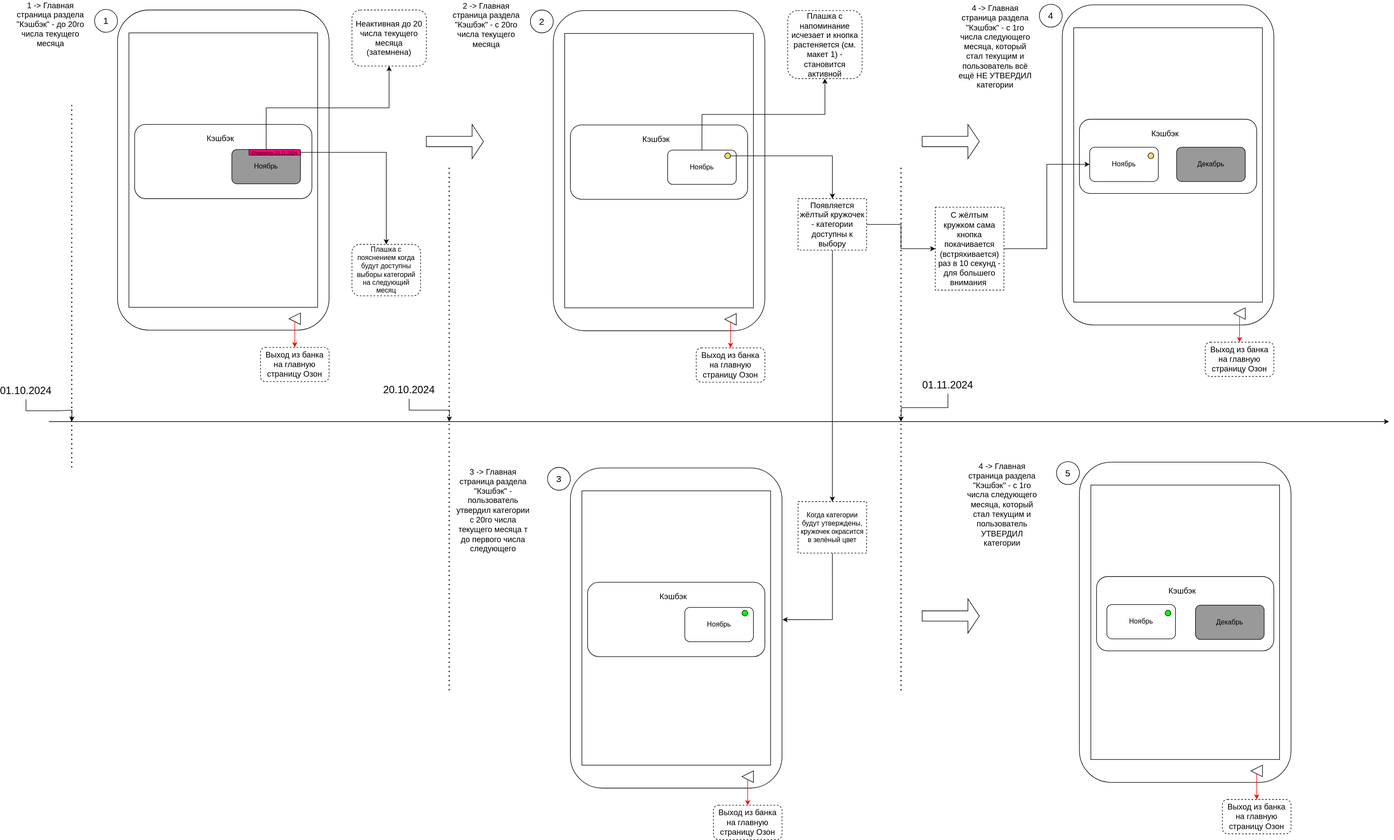
Above: Stanley_Kudrow/ex02/Ozon_next_month_cashback_feature_mobile_app.drawio.svg in abdullahproff/BSA21_1 (draw.io), before the change. Source tidied: cells renumbered, new cells last; positions are measured from the earlier drawing's top-left corner, leaving out a move shared by most shapes.
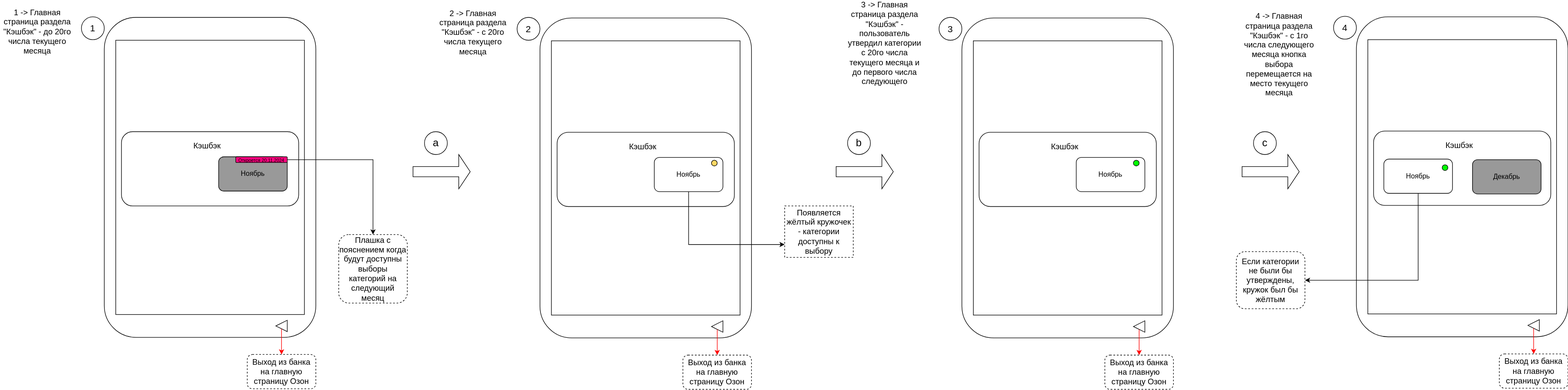
Above is the later version.

Change to the diagram source:
```diff
@@ -26,9 +26,6 @@
     <mxCell id="9" value="&lt;font style=&quot;font-size: 8px;&quot;&gt;Откроется 20.11.2024&lt;/font&gt;" style="rounded=1;whiteSpace=wrap;html=1;fillColor=#FF0080;" parent="2" vertex="1">
       <mxGeometry x="230" y="244" width="90" height="10" as="geometry" />
     </mxCell>
-    <mxCell id="10" value="&lt;font style=&quot;font-size: 14px;&quot;&gt;Неактивная до 20 числа текущего месяца (затемнена)&lt;/font&gt;" style="whiteSpace=wrap;html=1;rounded=1;dashed=1;" parent="1" vertex="1">
-      <mxGeometry x="600" y="10" width="130" height="98" as="geometry" />
-    </mxCell>
     <mxCell id="11" value="&lt;font size=&quot;3&quot;&gt;1&lt;/font&gt;" style="ellipse;whiteSpace=wrap;html=1;" parent="1" vertex="1">
       <mxGeometry x="150" y="9" width="40" height="40" as="geometry" />
     </mxCell>
@@ -41,9 +38,6 @@
     <mxCell id="14" value="&lt;font style=&quot;font-size: 14px;&quot;&gt;1 -&amp;gt; Главная страница раздела &quot;Кэшбэк&quot; - до 20го числа текущего месяца&lt;/font&gt;" style="text;html=1;align=center;verticalAlign=middle;whiteSpace=wrap;rounded=0;" parent="1" vertex="1">
       <mxGeometry x="8" y="10" width="130" height="50" as="geometry" />
     </mxCell>
-    <mxCell id="15" style="edgeStyle=orthogonalEdgeStyle;rounded=0;jettySize=auto;html=1;exitX=0.5;exitY=0;exitDx=0;exitDy=0;entryX=0.5;entryY=1;entryDx=0;entryDy=0;" parent="1" edge="1" source="6" target="10">
-      <mxGeometry relative="1" as="geometry" />
-    </mxCell>
     <mxCell id="16" style="group;" parent="1" vertex="1">
       <mxGeometry x="952" y="11" width="370" height="560" as="geometry" />
     </mxCell>
@@ -68,9 +62,6 @@
     <mxCell id="23" style="ellipse;whiteSpace=wrap;html=1;fillColor=#FFD966;" parent="16" vertex="1">
       <mxGeometry x="300" y="249" width="10" height="10" as="geometry" />
     </mxCell>
-    <mxCell id="24" value="&lt;font style=&quot;font-size: 14px;&quot;&gt;Плашка с напоминание исчезает и кнопка растеняется (см. макет 1) - становится активной&lt;/font&gt;" style="whiteSpace=wrap;html=1;rounded=1;dashed=1;" parent="1" vertex="1">
-      <mxGeometry x="1362" y="11" width="130" height="119" as="geometry" />
-    </mxCell>
     <mxCell id="25" value="&lt;font size=&quot;3&quot;&gt;2&lt;/font&gt;" style="ellipse;whiteSpace=wrap;html=1;" parent="1" vertex="1">
       <mxGeometry x="912" y="10" width="40" height="40" as="geometry" />
     </mxCell>
@@ -83,38 +74,20 @@
     <mxCell id="28" value="&lt;font style=&quot;font-size: 14px;&quot;&gt;2 -&amp;gt; Главная страница раздела &quot;Кэшбэк&quot; - с 20го числа текущего месяца&lt;/font&gt;" style="text;html=1;align=center;verticalAlign=middle;whiteSpace=wrap;rounded=0;" parent="1" vertex="1">
       <mxGeometry x="770" y="11" width="130" height="50" as="geometry" />
     </mxCell>
-    <mxCell id="29" style="edgeStyle=orthogonalEdgeStyle;rounded=0;jettySize=auto;html=1;exitX=0.5;exitY=0;exitDx=0;exitDy=0;entryX=0.5;entryY=1;entryDx=0;entryDy=0;" parent="1" edge="1" source="20" target="24">
-      <mxGeometry relative="1" as="geometry" />
-    </mxCell>
-    <mxCell id="30" value="Плашка с пояснением когда будут доступны выборы категорий на следующий месяц" style="whiteSpace=wrap;html=1;fillColor=#FFFFFF;rounded=1;dashed=1;" parent="1" vertex="1">
-      <mxGeometry x="600" y="420" width="120" height="90" as="geometry" />
+    <mxCell id="30" value="&lt;font style=&quot;font-size: 14px;&quot;&gt;Плашка с пояснением когда будут доступны выборы категорий на следующий месяц&lt;/font&gt;" style="whiteSpace=wrap;html=1;fillColor=#FFFFFF;rounded=1;dashed=1;" parent="1" vertex="1">
+      <mxGeometry x="600" y="390" width="120" height="120" as="geometry" />
     </mxCell>
     <mxCell id="31" style="edgeStyle=orthogonalEdgeStyle;rounded=0;jettySize=auto;html=1;" parent="1" edge="1" source="9" target="30">
       <mxGeometry relative="1" as="geometry" />
     </mxCell>
     <mxCell id="32" style="shape=singleArrow;whiteSpace=wrap;html=1;" parent="1" vertex="1">
-      <mxGeometry x="730" y="210" width="100" height="60" as="geometry" />
+      <mxGeometry x="730" y="250" width="100" height="60" as="geometry" />
     </mxCell>
-    <mxCell id="33" style="edgeStyle=orthogonalEdgeStyle;rounded=0;jettySize=auto;html=1;" parent="1" edge="1" source="35" target="38">
-      <mxGeometry relative="1" as="geometry" />
-    </mxCell>
-    <mxCell id="34" style="edgeStyle=orthogonalEdgeStyle;rounded=0;jettySize=auto;html=1;" parent="1" edge="1" source="35" target="90">
-      <mxGeometry relative="1" as="geometry" />
-    </mxCell>
     <mxCell id="35" value="&lt;font style=&quot;font-size: 14px;&quot;&gt;Появляется жёлтый кружочек - категории доступ&lt;span style=&quot;background-color: initial;&quot;&gt;ны к выбору&lt;/span&gt;&lt;/font&gt;" style="whiteSpace=wrap;html=1;fillColor=#FFFFFF;dashed=1;" parent="1" vertex="1">
       <mxGeometry x="1380" y="340" width="120" height="90" as="geometry" />
     </mxCell>
-    <mxCell id="36" style="edgeStyle=orthogonalEdgeStyle;rounded=0;jettySize=auto;html=1;" parent="1" edge="1" source="23" target="35">
-      <mxGeometry relative="1" as="geometry" />
-    </mxCell>
-    <mxCell id="37" style="shape=singleArrow;whiteSpace=wrap;html=1;" parent="1" vertex="1">
-      <mxGeometry x="1597" y="210" width="100" height="60" as="geometry" />
-    </mxCell>
-    <mxCell id="38" value="Когда категории будут утверждены, кружочек окрасится в зелёный цвет" style="whiteSpace=wrap;html=1;fillColor=#FFFFFF;dashed=1;" parent="1" vertex="1">
-      <mxGeometry x="1380" y="870" width="120" height="90" as="geometry" />
-    </mxCell>
     <mxCell id="39" style="group;" parent="1" vertex="1">
-      <mxGeometry x="982" y="811" width="370" height="560" as="geometry" />
+      <mxGeometry x="1690" y="11" width="370" height="560" as="geometry" />
     </mxCell>
     <mxCell id="40" style="rounded=1;whiteSpace=wrap;html=1;" parent="39" vertex="1">
       <mxGeometry width="370" height="560" as="geometry" />
@@ -138,64 +111,19 @@
       <mxGeometry x="300" y="249" width="10" height="10" as="geometry" />
     </mxCell>
     <mxCell id="47" value="&lt;font size=&quot;3&quot;&gt;3&lt;/font&gt;" style="ellipse;whiteSpace=wrap;html=1;" parent="1" vertex="1">
-      <mxGeometry x="942" y="810" width="40" height="40" as="geometry" />
+      <mxGeometry x="1650" y="10" width="40" height="40" as="geometry" />
     </mxCell>
     <mxCell id="48" value="&lt;font style=&quot;font-size: 14px;&quot;&gt;Выход из банка на главную страницу Озон&lt;/font&gt;" style="rounded=1;whiteSpace=wrap;html=1;dashed=1;" parent="1" vertex="1">
-      <mxGeometry x="1232" y="1401" width="120" height="60" as="geometry" />
+      <mxGeometry x="1940" y="601" width="120" height="60" as="geometry" />
     </mxCell>
     <mxCell id="49" style="edgeStyle=orthogonalEdgeStyle;rounded=0;jettySize=auto;html=1;strokeColor=#FF0000;" parent="1" edge="1" source="45" target="48">
       <mxGeometry relative="1" as="geometry" />
     </mxCell>
-    <mxCell id="50" value="&lt;font style=&quot;font-size: 14px;&quot;&gt;3 -&amp;gt; Главная страница раздела &quot;Кэшбэк&quot; - пользователь утвердил категории с 20го числа текущего месяца т до первого числа следующего&lt;/font&gt;" style="text;html=1;align=center;verticalAlign=middle;whiteSpace=wrap;rounded=0;" parent="1" vertex="1">
-      <mxGeometry x="782" y="860" width="130" height="50" as="geometry" />
+    <mxCell id="50" value="&lt;font style=&quot;font-size: 14px;&quot;&gt;3 -&amp;gt; Главная страница раздела &quot;Кэшбэк&quot; - пользователь утвердил категории с 20го числа текущего месяца и до первого числа следующего&lt;/font&gt;" style="text;html=1;align=center;verticalAlign=middle;whiteSpace=wrap;rounded=0;" parent="1" vertex="1">
+      <mxGeometry x="1490" y="30" width="130" height="50" as="geometry" />
     </mxCell>
-    <mxCell id="51" style="edgeStyle=orthogonalEdgeStyle;rounded=0;jettySize=auto;html=1;exitX=0.5;exitY=1;exitDx=0;exitDy=0;entryX=1.002;entryY=0.474;entryDx=0;entryDy=0;entryPerimeter=0;" parent="1" edge="1" source="38" target="40">
-      <mxGeometry relative="1" as="geometry" />
-    </mxCell>
-    <mxCell id="52" style="shape=singleArrow;whiteSpace=wrap;html=1;" parent="1" vertex="1">
-      <mxGeometry x="1597" y="1040" width="100" height="60" as="geometry" />
-    </mxCell>
-    <mxCell id="53" style="group;" parent="1" vertex="1">
-      <mxGeometry x="1842" y="1" width="370" height="560" as="geometry" />
-    </mxCell>
-    <mxCell id="54" style="rounded=1;whiteSpace=wrap;html=1;" parent="53" vertex="1">
-      <mxGeometry width="370" height="560" as="geometry" />
-    </mxCell>
-    <mxCell id="55" style="rounded=0;whiteSpace=wrap;html=1;" parent="53" vertex="1">
-      <mxGeometry x="20" y="40" width="330" height="480" as="geometry" />
-    </mxCell>
-    <mxCell id="56" style="rounded=1;whiteSpace=wrap;html=1;" parent="53" vertex="1">
-      <mxGeometry x="30" y="200" width="310" height="130" as="geometry" />
-    </mxCell>
-    <mxCell id="57" value="Ноябрь" style="rounded=1;whiteSpace=wrap;html=1;" parent="53" vertex="1">
-      <mxGeometry x="48" y="249" width="120" height="60" as="geometry" />
-    </mxCell>
-    <mxCell id="58" value="&lt;font style=&quot;font-size: 14px;&quot;&gt;Кэшбэк&lt;/font&gt;" style="text;html=1;align=center;verticalAlign=middle;whiteSpace=wrap;rounded=0;" parent="53" vertex="1">
-      <mxGeometry x="150" y="210" width="60" height="30" as="geometry" />
-    </mxCell>
-    <mxCell id="59" style="triangle;whiteSpace=wrap;html=1;rotation=-180;" parent="53" vertex="1">
-      <mxGeometry x="300" y="530" width="20" height="20" as="geometry" />
-    </mxCell>
-    <mxCell id="60" style="ellipse;whiteSpace=wrap;html=1;fillColor=#FFD966;" parent="53" vertex="1">
-      <mxGeometry x="150" y="259" width="10" height="10" as="geometry" />
-    </mxCell>
-    <mxCell id="61" value="Декабрь" style="rounded=1;whiteSpace=wrap;html=1;fillColor=#999999;" parent="53" vertex="1">
-      <mxGeometry x="200" y="249" width="120" height="60" as="geometry" />
-    </mxCell>
-    <mxCell id="62" value="&lt;font size=&quot;3&quot;&gt;4&lt;/font&gt;" style="ellipse;whiteSpace=wrap;html=1;" parent="1" vertex="1">
-      <mxGeometry x="1802" width="40" height="40" as="geometry" />
-    </mxCell>
-    <mxCell id="63" value="&lt;font style=&quot;font-size: 14px;&quot;&gt;Выход из банка на главную страницу Озон&lt;/font&gt;" style="rounded=1;whiteSpace=wrap;html=1;dashed=1;" parent="1" vertex="1">
-      <mxGeometry x="2092" y="591" width="120" height="60" as="geometry" />
-    </mxCell>
-    <mxCell id="64" style="edgeStyle=orthogonalEdgeStyle;rounded=0;jettySize=auto;html=1;strokeColor=#FF0000;" parent="1" edge="1" source="59" target="63">
-      <mxGeometry relative="1" as="geometry" />
-    </mxCell>
-    <mxCell id="65" value="&lt;font style=&quot;font-size: 14px;&quot;&gt;4 -&amp;gt; Главная страница раздела &quot;Кэшбэк&quot; - с 1го числа следующего месяца, который стал текущим и пользователь всё ещё НЕ УТВЕРДИЛ категории&lt;/font&gt;" style="text;html=1;align=center;verticalAlign=middle;whiteSpace=wrap;rounded=0;" parent="1" vertex="1">
-      <mxGeometry x="1660" y="49" width="130" height="50" as="geometry" />
-    </mxCell>
     <mxCell id="66" style="group;" parent="1" vertex="1">
-      <mxGeometry x="1872" y="801" width="370" height="560" as="geometry" />
+      <mxGeometry x="2380" y="9" width="370" height="560" as="geometry" />
     </mxCell>
     <mxCell id="67" style="rounded=1;whiteSpace=wrap;html=1;" parent="66" vertex="1">
       <mxGeometry width="370" height="560" as="geometry" />
@@ -221,71 +149,41 @@
     <mxCell id="74" value="Декабрь" style="rounded=1;whiteSpace=wrap;html=1;fillColor=#999999;" parent="66" vertex="1">
       <mxGeometry x="203" y="250" width="120" height="60" as="geometry" />
     </mxCell>
-    <mxCell id="75" value="&lt;font size=&quot;3&quot;&gt;5&lt;/font&gt;" style="ellipse;whiteSpace=wrap;html=1;" parent="1" vertex="1">
-      <mxGeometry x="1832" y="800" width="40" height="40" as="geometry" />
+    <mxCell id="75" value="&lt;font size=&quot;3&quot;&gt;4&lt;/font&gt;" style="ellipse;whiteSpace=wrap;html=1;" parent="1" vertex="1">
+      <mxGeometry x="2340" y="8" width="40" height="40" as="geometry" />
     </mxCell>
     <mxCell id="76" value="&lt;font style=&quot;font-size: 14px;&quot;&gt;Выход из банка на главную страницу Озон&lt;/font&gt;" style="rounded=1;whiteSpace=wrap;html=1;dashed=1;" parent="1" vertex="1">
-      <mxGeometry x="2122" y="1391" width="120" height="60" as="geometry" />
+      <mxGeometry x="2630" y="599" width="120" height="60" as="geometry" />
     </mxCell>
     <mxCell id="77" style="edgeStyle=orthogonalEdgeStyle;rounded=0;jettySize=auto;html=1;strokeColor=#FF0000;" parent="1" edge="1" source="72" target="76">
       <mxGeometry relative="1" as="geometry" />
     </mxCell>
-    <mxCell id="78" value="&lt;span style=&quot;font-size: 14px;&quot;&gt;4 -&amp;gt; Главная страница раздела &quot;Кэшбэк&quot; - с 1го числа следующего месяца, который стал текущим и пользователь УТВЕРДИЛ категории&lt;/span&gt;" style="text;html=1;align=center;verticalAlign=middle;whiteSpace=wrap;rounded=0;" parent="1" vertex="1">
-      <mxGeometry x="1672" y="850" width="130" height="50" as="geometry" />
+    <mxCell id="78" value="&lt;span style=&quot;font-size: 14px;&quot;&gt;4 -&amp;gt; Главная страница раздела &quot;Кэшбэк&quot; - с 1го числа следующего месяца кнопка выбора перемещается на место текущего месяца&lt;/span&gt;" style="text;html=1;align=center;verticalAlign=middle;whiteSpace=wrap;rounded=0;" parent="1" vertex="1">
+      <mxGeometry x="2180" y="50" width="130" height="50" as="geometry" />
     </mxCell>
-    <mxCell id="79" style="endArrow=classic;html=1;rounded=0;" parent="1" edge="1">
-      <mxGeometry relative="1" as="geometry">
-        <mxPoint x="70" y="730" as="sourcePoint" />
-        <mxPoint x="2413.5" y="730" as="targetPoint" />
-      </mxGeometry>
-    </mxCell>
-    <mxCell id="80" style="endArrow=none;dashed=1;html=1;dashPattern=1 3;strokeWidth=2;rounded=0;" parent="1" edge="1">
-      <mxGeometry relative="1" as="geometry">
-        <mxPoint x="110" y="810" as="sourcePoint" />
-        <mxPoint x="110" y="170" as="targetPoint" />
-      </mxGeometry>
-    </mxCell>
-    <mxCell id="81" style="endArrow=none;dashed=1;html=1;dashPattern=1 3;strokeWidth=2;rounded=0;" parent="1" edge="1">
-      <mxGeometry relative="1" as="geometry">
-        <mxPoint x="770" y="1200" as="sourcePoint" />
-        <mxPoint x="770" y="280" as="targetPoint" />
-      </mxGeometry>
-    </mxCell>
-    <mxCell id="82" style="endArrow=none;dashed=1;html=1;dashPattern=1 3;strokeWidth=2;rounded=0;" parent="1" edge="1">
-      <mxGeometry relative="1" as="geometry">
-        <mxPoint x="1560" y="1200" as="sourcePoint" />
-        <mxPoint x="1560" y="280" as="targetPoint" />
-      </mxGeometry>
-    </mxCell>
-    <mxCell id="83" style="edgeStyle=orthogonalEdgeStyle;rounded=0;jettySize=auto;html=1;exitX=0.5;exitY=1;exitDx=0;exitDy=0;" parent="1" edge="1" source="84">
-      <mxGeometry relative="1" as="geometry">
-        <mxPoint x="110" y="730" as="targetPoint" />
-      </mxGeometry>
-    </mxCell>
-    <mxCell id="84" value="&lt;font style=&quot;font-size: 18px;&quot;&gt;01.10.2024&lt;/font&gt;" style="text;html=1;align=center;verticalAlign=middle;whiteSpace=wrap;rounded=0;" parent="1" vertex="1">
-      <mxGeometry y="661" width="60" height="30" as="geometry" />
-    </mxCell>
-    <mxCell id="85" style="edgeStyle=orthogonalEdgeStyle;rounded=0;jettySize=auto;html=1;exitX=0.5;exitY=1;exitDx=0;exitDy=0;" parent="1" edge="1" source="86">
-      <mxGeometry relative="1" as="geometry">
-        <mxPoint x="770" y="730" as="targetPoint" />
-      </mxGeometry>
-    </mxCell>
-    <mxCell id="86" value="&lt;font style=&quot;font-size: 18px;&quot;&gt;20.10.2024&lt;/font&gt;" style="text;html=1;align=center;verticalAlign=middle;whiteSpace=wrap;rounded=0;" parent="1" vertex="1">
-      <mxGeometry x="670" y="660" width="60" height="30" as="geometry" />
-    </mxCell>
-    <mxCell id="87" style="edgeStyle=orthogonalEdgeStyle;rounded=0;jettySize=auto;html=1;exitX=0.5;exitY=1;exitDx=0;exitDy=0;" parent="1" edge="1" source="88">
-      <mxGeometry relative="1" as="geometry">
-        <mxPoint x="1560" y="730" as="targetPoint" />
-      </mxGeometry>
-    </mxCell>
-    <mxCell id="88" value="&lt;font style=&quot;font-size: 18px;&quot;&gt;01.11.2024&lt;/font&gt;" style="text;html=1;align=center;verticalAlign=middle;whiteSpace=wrap;rounded=0;" parent="1" vertex="1">
-      <mxGeometry x="1612" y="651" width="60" height="30" as="geometry" />
-    </mxCell>
-    <mxCell id="89" style="edgeStyle=orthogonalEdgeStyle;rounded=0;jettySize=auto;html=1;exitX=1;exitY=0.5;exitDx=0;exitDy=0;entryX=0;entryY=0.5;entryDx=0;entryDy=0;" parent="1" edge="1" source="90" target="57">
-      <mxGeometry relative="1" as="geometry" />
-    </mxCell>
-    <mxCell id="90" value="&lt;font style=&quot;font-size: 14px;&quot;&gt;С жёлтым кружком сама кнопка покачивается (встряхивается) раз в 10 секунд - для большего внимания&amp;nbsp;&lt;/font&gt;" style="whiteSpace=wrap;html=1;fillColor=#FFFFFF;dashed=1;" parent="1" vertex="1">
-      <mxGeometry x="1620" y="355" width="120" height="145" as="geometry" />
-    </mxCell>
+    <mxCell id="91" value="&lt;font style=&quot;font-size: 18px;&quot;&gt;a&lt;/font&gt;" style="ellipse;whiteSpace=wrap;html=1;" parent="1" vertex="1">
+      <mxGeometry x="750" y="210" width="40" height="40" as="geometry" />
+    </mxCell>
+    <mxCell id="92" style="shape=singleArrow;whiteSpace=wrap;html=1;" parent="1" vertex="1">
+      <mxGeometry x="1470" y="250" width="100" height="60" as="geometry" />
+    </mxCell>
+    <mxCell id="93" value="&lt;font style=&quot;font-size: 18px;&quot;&gt;b&lt;/font&gt;" style="ellipse;whiteSpace=wrap;html=1;" parent="1" vertex="1">
+      <mxGeometry x="1490" y="210" width="40" height="40" as="geometry" />
+    </mxCell>
+    <mxCell id="94" style="shape=singleArrow;whiteSpace=wrap;html=1;" parent="1" vertex="1">
+      <mxGeometry x="2180" y="250" width="100" height="60" as="geometry" />
+    </mxCell>
+    <mxCell id="95" value="&lt;font style=&quot;font-size: 18px;&quot;&gt;c&lt;/font&gt;" style="ellipse;whiteSpace=wrap;html=1;" parent="1" vertex="1">
+      <mxGeometry x="2200" y="210" width="40" height="40" as="geometry" />
+    </mxCell>
+    <mxCell id="96" style="edgeStyle=orthogonalEdgeStyle;rounded=0;jettySize=auto;html=1;exitX=0.5;exitY=1;exitDx=0;exitDy=0;entryX=0;entryY=0.75;entryDx=0;entryDy=0;" parent="1" edge="1" source="20" target="35">
+      <mxGeometry relative="1" as="geometry" />
+    </mxCell>
+    <mxCell id="97" value="&lt;font style=&quot;font-size: 14px;&quot;&gt;Если категории не были бы утверждены, кружок был бы жёлтым&lt;/font&gt;" style="whiteSpace=wrap;html=1;rounded=1;dashed=1;" parent="1" vertex="1">
+      <mxGeometry x="2170" y="420" width="120" height="100" as="geometry" />
+    </mxCell>
+    <mxCell id="98" style="edgeStyle=orthogonalEdgeStyle;rounded=0;jettySize=auto;html=1;exitX=0.5;exitY=1;exitDx=0;exitDy=0;entryX=1;entryY=0.5;entryDx=0;entryDy=0;" parent="1" edge="1" source="70" target="97">
+      <mxGeometry relative="1" as="geometry" />
+    </mxCell>
   </root>
 </mxGraphModel>
```
